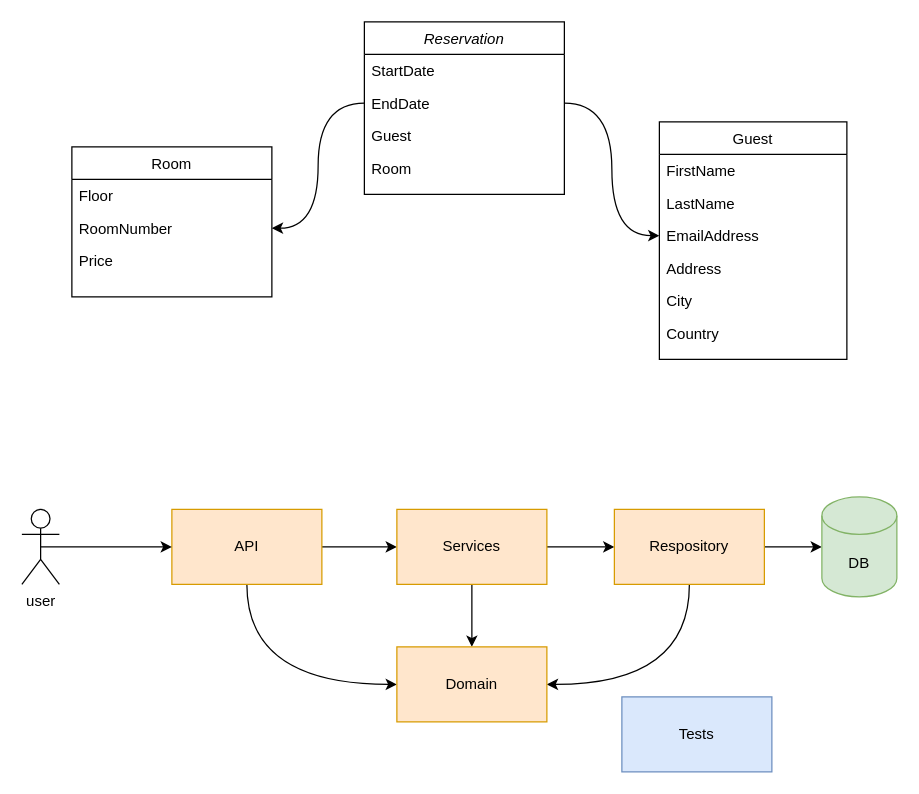
Earlier version of the draw.io diagram alten.drawio (alanmacgowan/alanmacgowan.github.io). Source tidied: cells renumbered, new cells numbered last; positions are measured from the earlier drawing's top-left corner, leaving out a move shared by most shapes. Both pictures are drawn from the tidied source at 125%, with x=0, y=0 at pixel (21, 21).
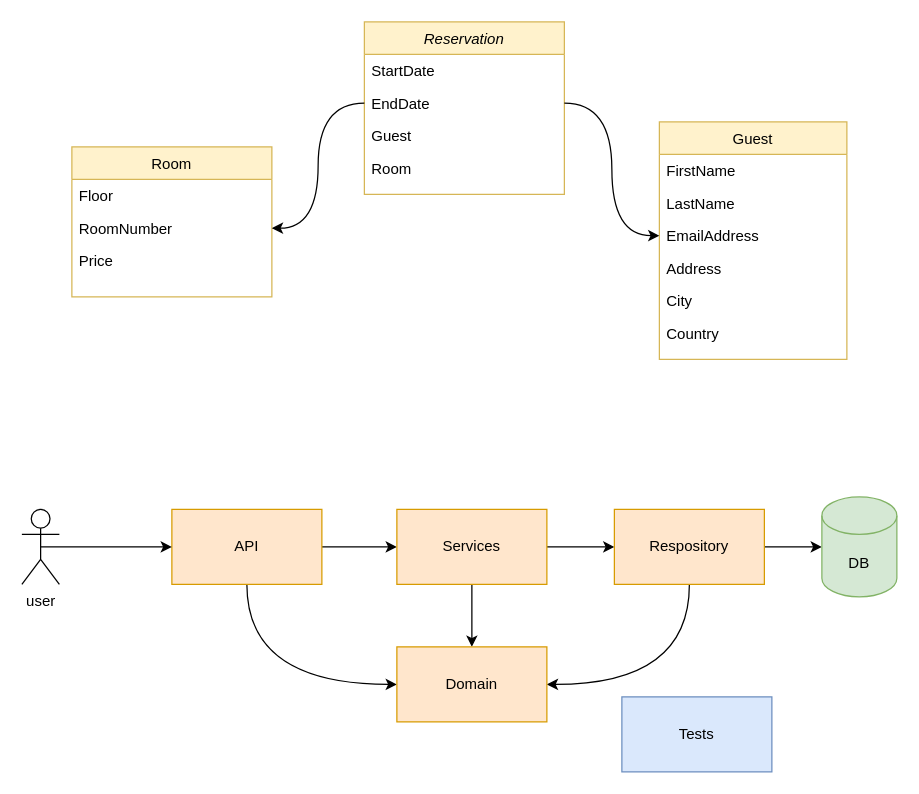
The same page after the edit.

Diff of the diagram source:
```diff
@@
-    <mxCell id="2" value="Reservation" style="swimlane;fontStyle=2;align=center;verticalAlign=top;horizontal=1;startSize=26;rounded=0;shadow=0;strokeWidth=1;" parent="1" vertex="1">
+    <mxCell id="2" value="Reservation" style="swimlane;fontStyle=2;align=center;verticalAlign=top;horizontal=1;startSize=26;rounded=0;shadow=0;strokeWidth=1;fillColor=#fff2cc;strokeColor=#d6b656;" parent="1" vertex="1">
       <mxGeometry x="274" width="160" height="138" as="geometry" />
     </mxCell>
@@
-    <mxCell id="7" value="Guest" style="swimlane;fontStyle=0;align=center;verticalAlign=top;horizontal=1;startSize=26;rounded=0;shadow=0;strokeWidth=1;" parent="1" vertex="1">
+    <mxCell id="7" value="Guest" style="swimlane;fontStyle=0;align=center;verticalAlign=top;horizontal=1;startSize=26;rounded=0;shadow=0;strokeWidth=1;fillColor=#fff2cc;strokeColor=#d6b656;" parent="1" vertex="1">
       <mxGeometry x="510" y="80" width="150" height="190" as="geometry" />
     </mxCell>
@@
-    <mxCell id="17" value="Room" style="swimlane;fontStyle=0;align=center;verticalAlign=top;horizontal=1;startSize=26;rounded=0;shadow=0;strokeWidth=1;" parent="1" vertex="1">
+    <mxCell id="17" value="Room" style="swimlane;fontStyle=0;align=center;verticalAlign=top;horizontal=1;startSize=26;rounded=0;shadow=0;strokeWidth=1;fillColor=#fff2cc;strokeColor=#d6b656;" parent="1" vertex="1">
       <mxGeometry x="40" y="100" width="160" height="120" as="geometry" />
     </mxCell>
```
